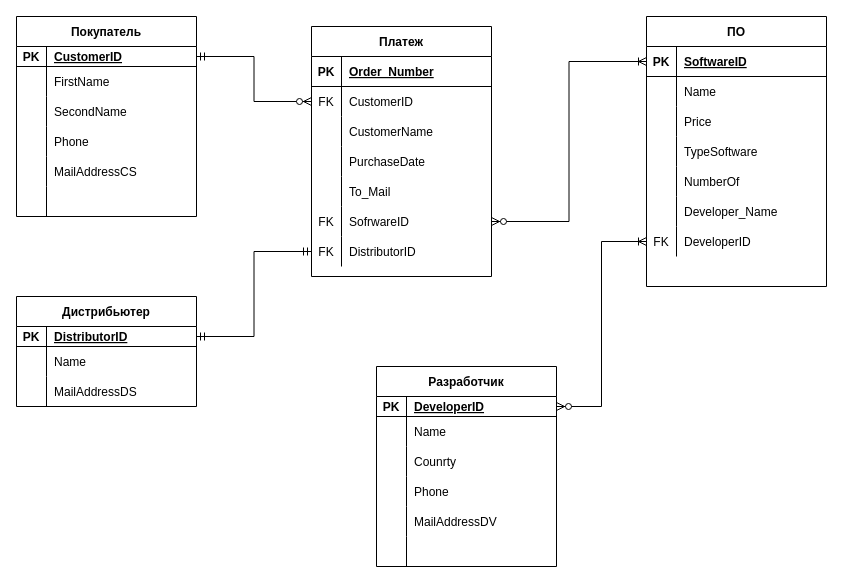
This is ER_Diagr.drawio from NikitaGusevZ/FirstRepository, a draw.io file, before an edit. Source tidied: cells renumbered, new cells numbered last; positions are measured from the earlier drawing's top-left corner, leaving out a move shared by most shapes. Both pictures are drawn from the tidied source at 100%, with x=0, y=0 at pixel (16, 16).
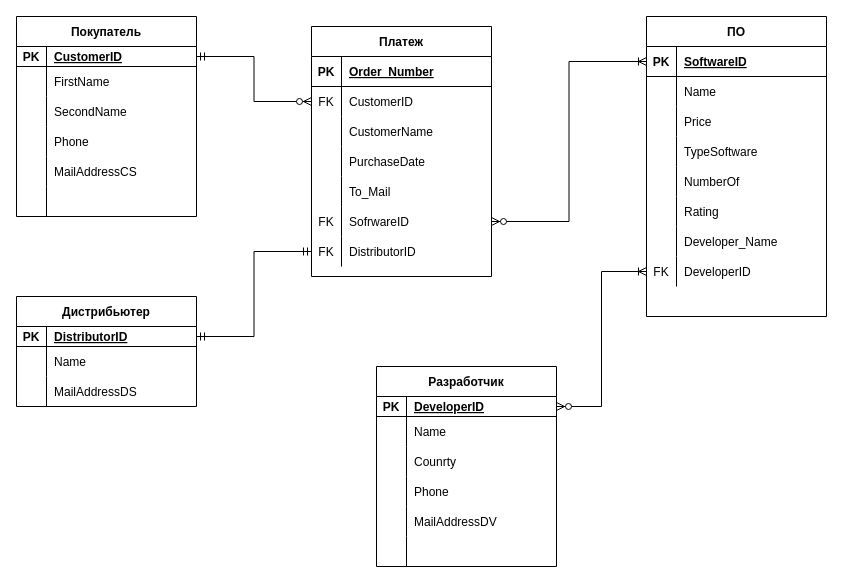
The same diagram, later.

The edit, as a diff of the source:
```diff
@@
     <mxCell id="21" value="ПО" style="shape=table;startSize=30;childLayout=tableLayout;rowLines=0;fontStyle=1;align=center;strokeColor=default;" parent="1" vertex="1">
-      <mxGeometry x="630" width="180" height="270" as="geometry" />
+      <mxGeometry x="630" width="180" height="300" as="geometry" />
     </mxCell>
@@
+    <mxCell id="98" style="shape=partialRectangle;fillColor=none;top=0;left=0;bottom=0;right=0;" parent="21" vertex="1">
+      <mxGeometry y="180" width="180" height="30" as="geometry" />
+    </mxCell>
+    <mxCell id="99" style="shape=partialRectangle;fillColor=none;top=0;left=0;bottom=0;right=0;overflow=hidden;" parent="98" vertex="1">
+      <mxGeometry width="30" height="30" as="geometry" />
+    </mxCell>
+    <mxCell id="100" value="Rating" style="shape=partialRectangle;fillColor=none;top=0;left=0;bottom=0;right=0;align=left;spacingLeft=6;overflow=hidden;" parent="98" vertex="1">
+      <mxGeometry x="30" width="150" height="30" as="geometry" />
+    </mxCell>
     <mxCell id="37" style="shape=partialRectangle;fillColor=none;top=0;left=0;bottom=0;right=0;strokeColor=default;" parent="21" vertex="1">
-      <mxGeometry y="180" width="180" height="30" as="geometry" />
+      <mxGeometry y="210" width="180" height="30" as="geometry" />
     </mxCell>
@@
     <mxCell id="40" style="shape=partialRectangle;fillColor=none;top=0;left=0;bottom=0;right=0;points=[[0,0.5],[1,0.5]];portConstraint=eastwest;strokeColor=default;" parent="21" vertex="1">
-      <mxGeometry y="210" width="180" height="30" as="geometry" />
+      <mxGeometry y="240" width="180" height="30" as="geometry" />
     </mxCell>
```
